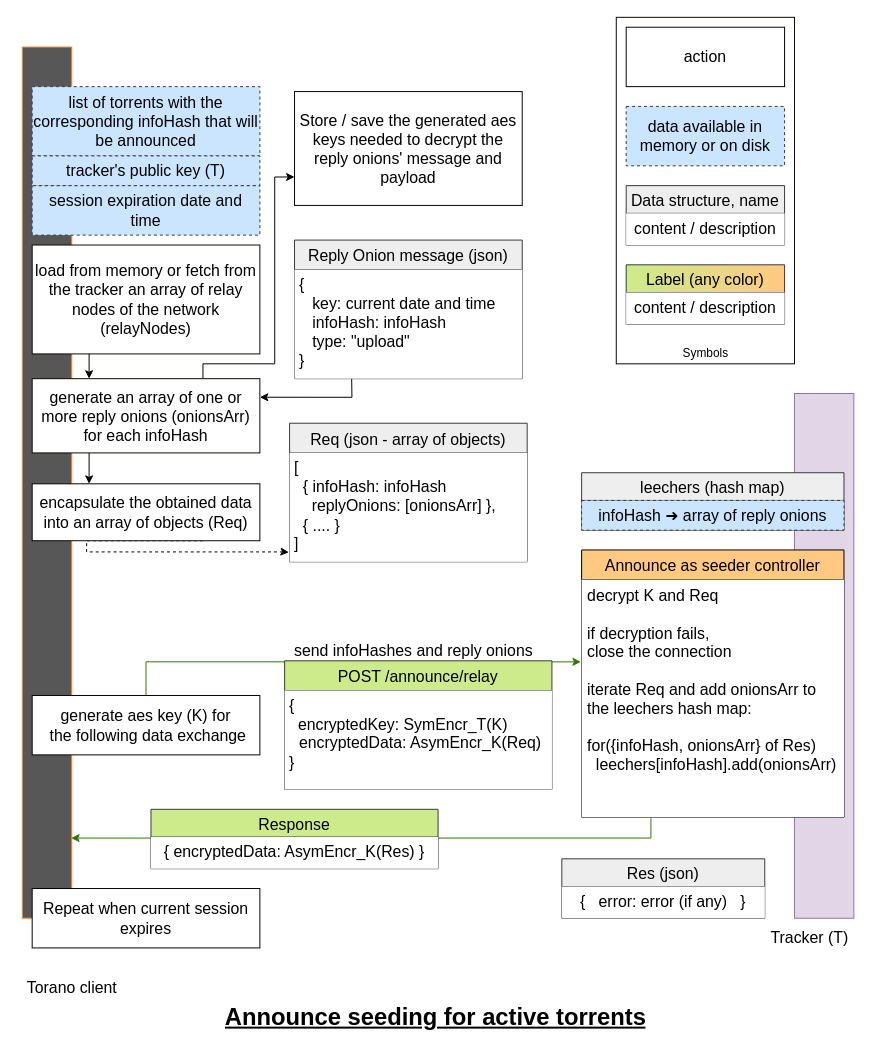
davidviziteu/tor-torrent keeps this draw.io diagram as protocol schemas/tracker api/announce leeching.drawio. Above is the earlier version. Source tidied: cells renumbered, new cells numbered last; positions are measured from the earlier drawing's top-left corner, leaving out a move shared by most shapes. Both pictures are drawn from the tidied source at 99%, with x=0, y=0 at pixel (17, 17).
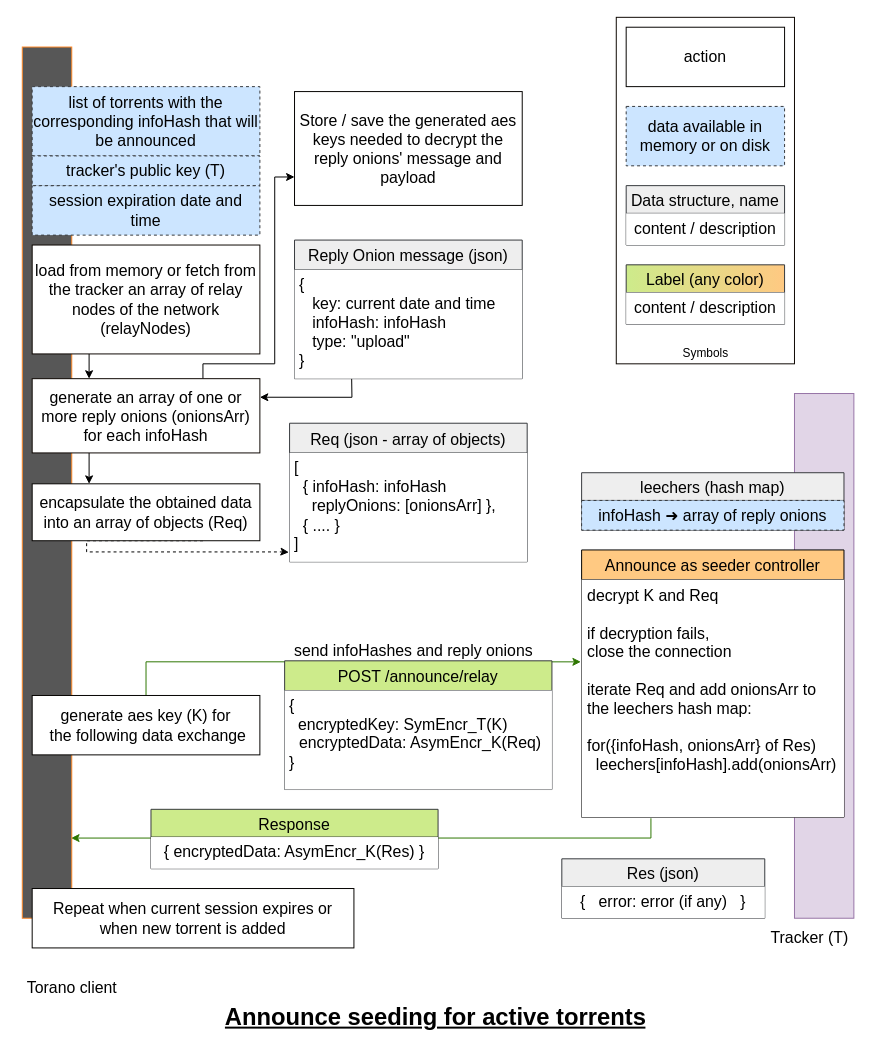
After the change.

The edit, as a diff of the source:
```diff
@@
-    <mxCell id="45" value="&lt;span style=&quot;font-size: 16px;&quot;&gt;Repeat when current session expires&lt;/span&gt;" style="rounded=0;whiteSpace=wrap;html=1;fillColor=default;strokeColor=#050301;" parent="1" vertex="1">
-      <mxGeometry x="15" y="880" width="230" height="60" as="geometry" />
+    <mxCell id="45" value="&lt;span style=&quot;font-size: 16px;&quot;&gt;Repeat when current session expires or when new torrent is added&lt;/span&gt;" style="rounded=0;whiteSpace=wrap;html=1;fillColor=default;strokeColor=#050301;" parent="1" vertex="1">
+      <mxGeometry x="15" y="880" width="325" height="60" as="geometry" />
     </mxCell>
```
